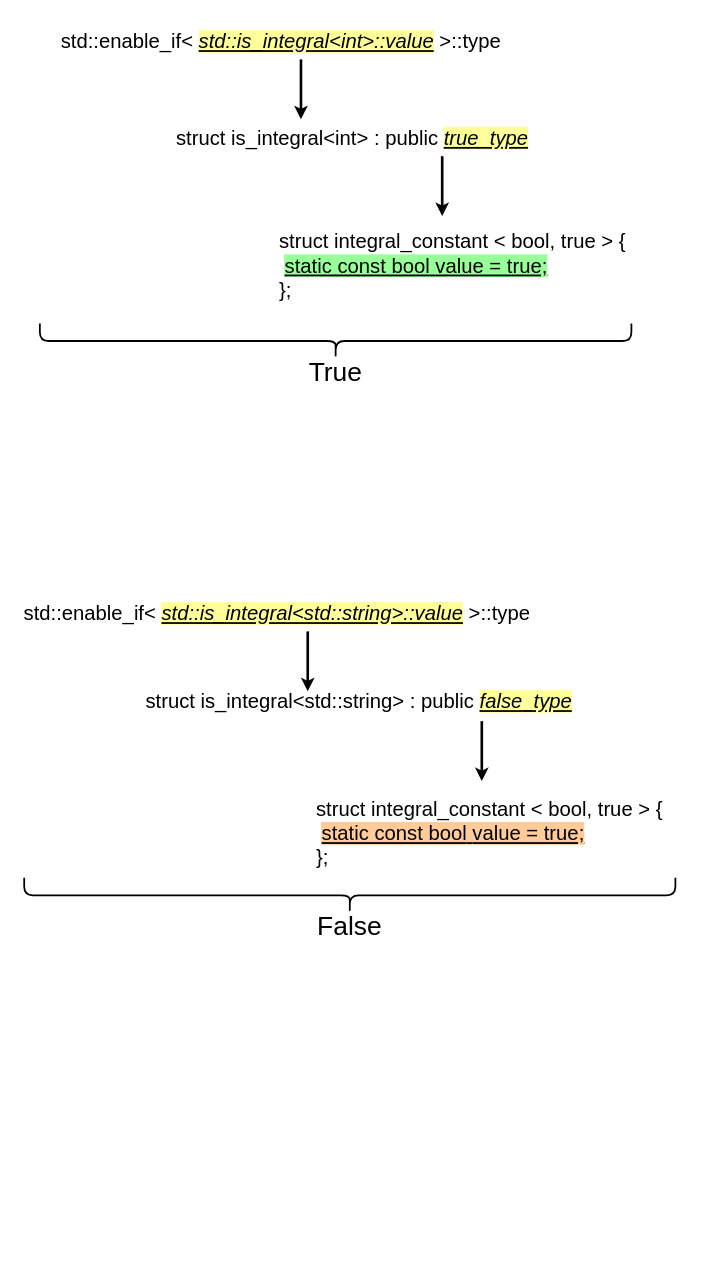
khk811/ft_containers keeps this draw.io diagram as page "enable_if" (13 of 13) of ft_containers.drawio. Above is the earlier version. Source tidied: cells renumbered, new cells numbered last; positions are measured from the earlier drawing's top-left corner, leaving out a move shared by most shapes. Both pictures are drawn from the tidied source at 88%, with x=0, y=0 at pixel (15, 15).
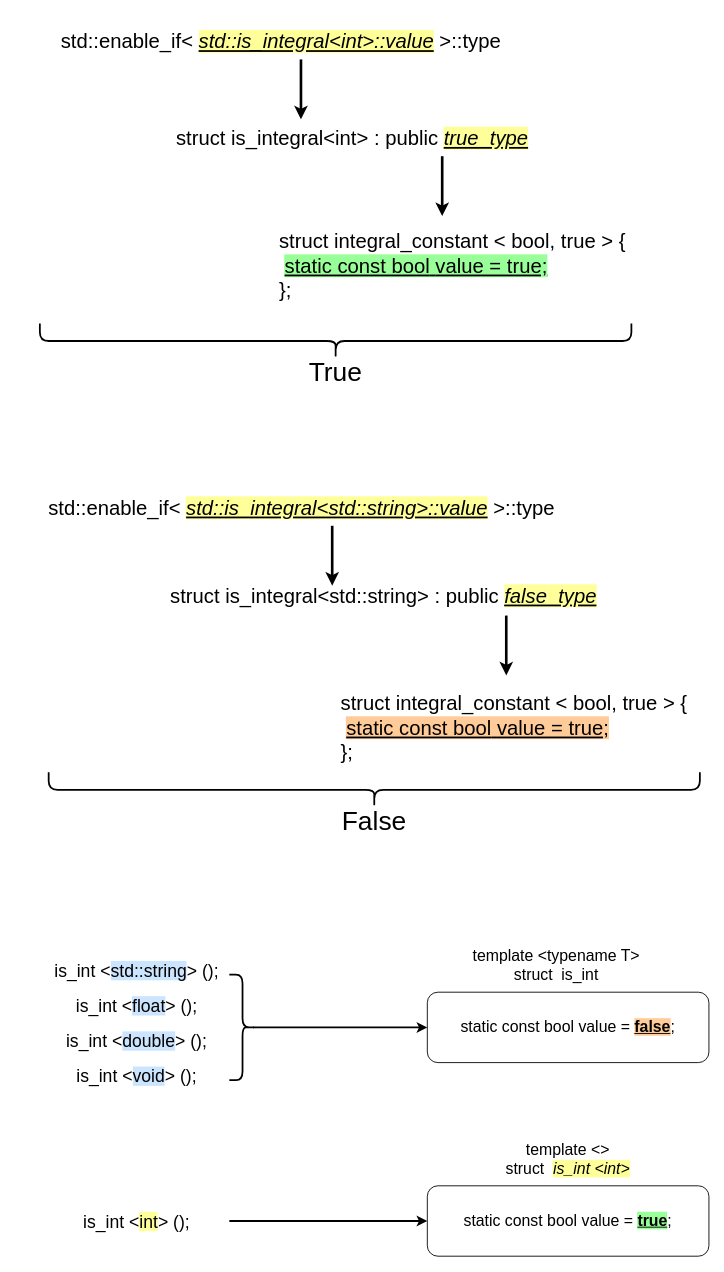
After the change.

The edit, as a diff of the source:
```diff
@@
     <mxCell id="5" value="std::enable_if&amp;lt; &lt;u style=&quot;font-size: 23px;&quot;&gt;&lt;i style=&quot;background-color: rgb(255, 255, 153); font-size: 23px;&quot;&gt;std::is_integral&amp;lt;std::string&amp;gt;::value&lt;/i&gt;&lt;/u&gt; &amp;gt;::type" style="text;strokeColor=none;align=center;fillColor=none;html=1;verticalAlign=middle;whiteSpace=wrap;rounded=0;fontSize=23;" parent="1" vertex="1">
-      <mxGeometry y="650" width="594.5" height="60" as="geometry" />
+      <mxGeometry x="27.8" y="530" width="594.5" height="60" as="geometry" />
     </mxCell>
     <mxCell id="6" value="struct is_integral&amp;lt;std::string&amp;gt; : public &lt;span style=&quot;background-color: rgb(255, 255, 153); font-size: 23px;&quot;&gt;&lt;i style=&quot;font-size: 23px;&quot;&gt;&lt;u style=&quot;font-size: 23px;&quot;&gt;false&lt;/u&gt;&lt;/i&gt;&lt;/span&gt;&lt;u style=&quot;font-size: 23px;&quot;&gt;&lt;i style=&quot;background-color: rgb(255, 255, 153); font-size: 23px;&quot;&gt;_type&lt;/i&gt;&lt;/u&gt;" style="text;strokeColor=none;align=center;fillColor=none;html=1;verticalAlign=middle;whiteSpace=wrap;rounded=0;fontSize=23;" parent="1" vertex="1">
-      <mxGeometry x="147" y="750" width="486.8" height="60" as="geometry" />
+      <mxGeometry x="174.8" y="630" width="486.8" height="60" as="geometry" />
     </mxCell>
     <mxCell id="7" value="struct integral_constant &amp;lt; bool, true &amp;gt; {&lt;br style=&quot;font-size: 23px;&quot;&gt;&lt;span style=&quot;white-space: pre; font-size: 23px;&quot;&gt; &lt;/span&gt;&lt;u style=&quot;background-color: rgb(255, 204, 153); font-size: 23px;&quot;&gt;static const bool&lt;span style=&quot;white-space: pre; font-size: 23px;&quot;&gt; &lt;/span&gt;value = true;&lt;/u&gt;&lt;br style=&quot;font-size: 23px;&quot;&gt;&lt;div style=&quot;font-size: 23px;&quot;&gt;&lt;span style=&quot;background-color: initial; font-size: 23px;&quot;&gt;};&lt;/span&gt;&lt;/div&gt;" style="text;strokeColor=none;align=left;fillColor=none;html=1;verticalAlign=middle;whiteSpace=wrap;rounded=0;fontSize=23;" parent="1" vertex="1">
-      <mxGeometry x="340" y="870" width="410" height="120" as="geometry" />
+      <mxGeometry x="367.8" y="750" width="410" height="120" as="geometry" />
     </mxCell>
@@
     <mxCell id="10" style="endArrow=classic;html=1;rounded=0;strokeWidth=3;fontSize=23;" parent="1" edge="1">
       <mxGeometry relative="1" as="geometry">
-        <mxPoint x="332.2" y="700" as="sourcePoint" />
-        <mxPoint x="332.2" y="768" as="targetPoint" />
+        <mxPoint x="360" y="580" as="sourcePoint" />
+        <mxPoint x="360" y="648" as="targetPoint" />
       </mxGeometry>
     </mxCell>
     <mxCell id="11" style="endArrow=classic;html=1;rounded=0;strokeWidth=3;fontSize=23;" parent="1" edge="1">
       <mxGeometry relative="1" as="geometry">
-        <mxPoint x="530" y="802" as="sourcePoint" />
-        <mxPoint x="530" y="870" as="targetPoint" />
+        <mxPoint x="557.8" y="682" as="sourcePoint" />
+        <mxPoint x="557.8" y="750" as="targetPoint" />
       </mxGeometry>
     </mxCell>
@@
     <mxCell id="14" style="shape=curlyBracket;whiteSpace=wrap;html=1;rounded=1;flipH=1;labelPosition=right;verticalLabelPosition=middle;align=left;verticalAlign=middle;direction=north;strokeWidth=2;" parent="1" vertex="1">
-      <mxGeometry x="10" y="980" width="740" height="40" as="geometry" />
+      <mxGeometry x="37.8" y="860" width="740" height="40" as="geometry" />
     </mxCell>
     <mxCell id="15" value="False" style="text;strokeColor=none;align=center;fillColor=none;html=1;verticalAlign=middle;whiteSpace=wrap;rounded=0;fontSize=30;" parent="1" vertex="1">
-      <mxGeometry x="350" y="1020" width="60" height="30" as="geometry" />
+      <mxGeometry x="377.8" y="900" width="60" height="30" as="geometry" />
     </mxCell>
+    <mxCell id="16" value="template &amp;lt;typename T&amp;gt;&lt;br style=&quot;font-size: 18px;&quot;&gt;&lt;div style=&quot;text-align: center; font-size: 18px;&quot;&gt;&lt;span style=&quot;background-color: initial; font-size: 18px;&quot;&gt;struct&amp;nbsp;&amp;nbsp;&lt;/span&gt;&lt;span style=&quot;background-color: initial; font-size: 18px;&quot;&gt;is_int&lt;/span&gt;&lt;/div&gt;" style="text;strokeColor=none;align=left;fillColor=none;html=1;verticalAlign=middle;whiteSpace=wrap;rounded=0;fontSize=18;" parent="1" vertex="1">
+      <mxGeometry x="518.1" y="1040" width="220" height="80" as="geometry" />
+    </mxCell>
+    <mxCell id="17" value="&lt;font style=&quot;font-size: 18px;&quot;&gt;static const bool&lt;span style=&quot;border-color: var(--border-color); text-align: left; font-size: 18px;&quot;&gt; &lt;/span&gt;&lt;span style=&quot;text-align: left; font-size: 18px;&quot;&gt;value = &lt;span style=&quot;background-color: rgb(255, 204, 153);&quot;&gt;&lt;b&gt;&lt;u&gt;false&lt;/u&gt;&lt;/b&gt;&lt;/span&gt;;&lt;/span&gt;&lt;br style=&quot;font-size: 18px;&quot;&gt;&lt;/font&gt;" style="whiteSpace=wrap;html=1;rounded=1;fontSize=18;" parent="1" vertex="1">
+      <mxGeometry x="468.1" y="1110" width="320" height="80" as="geometry" />
+    </mxCell>
+    <mxCell id="18" value="&lt;div style=&quot;&quot;&gt;&lt;span style=&quot;background-color: initial;&quot;&gt;template &amp;lt;&amp;gt;&lt;/span&gt;&lt;/div&gt;&lt;div style=&quot;font-size: 18px;&quot;&gt;&lt;span style=&quot;background-color: initial; font-size: 18px;&quot;&gt;struct&amp;nbsp;&amp;nbsp;&lt;/span&gt;&lt;span style=&quot;font-size: 18px; background-color: rgb(255, 255, 153);&quot;&gt;&lt;i style=&quot;&quot;&gt;is_int &amp;lt;int&amp;gt;&lt;/i&gt;&lt;/span&gt;&lt;/div&gt;" style="text;strokeColor=none;align=center;fillColor=none;html=1;verticalAlign=middle;whiteSpace=wrap;rounded=0;fontSize=18;" parent="1" vertex="1">
+      <mxGeometry x="518.1" y="1260" width="220" height="80" as="geometry" />
+    </mxCell>
+    <mxCell id="19" value="&lt;font style=&quot;font-size: 18px;&quot;&gt;static const bool&lt;span style=&quot;border-color: var(--border-color); text-align: left; font-size: 18px;&quot;&gt; &lt;/span&gt;&lt;span style=&quot;text-align: left; font-size: 18px;&quot;&gt;value = &lt;b&gt;&lt;u style=&quot;background-color: rgb(153, 255, 153);&quot;&gt;true&lt;/u&gt;&lt;/b&gt;;&lt;/span&gt;&lt;br style=&quot;font-size: 18px;&quot;&gt;&lt;/font&gt;" style="whiteSpace=wrap;html=1;rounded=1;fontSize=18;" parent="1" vertex="1">
+      <mxGeometry x="468.1" y="1330" width="320" height="80" as="geometry" />
+    </mxCell>
+    <mxCell id="20" value="is_int &amp;lt;&lt;span style=&quot;background-color: rgb(204, 229, 255);&quot;&gt;std::string&lt;/span&gt;&amp;gt; ();" style="text;strokeColor=none;align=center;fillColor=none;html=1;verticalAlign=middle;whiteSpace=wrap;rounded=0;fontSize=20;" parent="1" vertex="1">
+      <mxGeometry x="33.1" y="1070" width="210" height="30" as="geometry" />
+    </mxCell>
+    <mxCell id="21" value="is_int &amp;lt;&lt;span style=&quot;background-color: rgb(204, 229, 255);&quot;&gt;float&lt;/span&gt;&amp;gt; ();" style="text;strokeColor=none;align=center;fillColor=none;html=1;verticalAlign=middle;whiteSpace=wrap;rounded=0;fontSize=20;" parent="1" vertex="1">
+      <mxGeometry x="33.1" y="1110" width="210" height="30" as="geometry" />
+    </mxCell>
+    <mxCell id="22" value="is_int &amp;lt;&lt;span style=&quot;background-color: rgb(204, 229, 255);&quot;&gt;double&lt;/span&gt;&amp;gt; ();" style="text;strokeColor=none;align=center;fillColor=none;html=1;verticalAlign=middle;whiteSpace=wrap;rounded=0;fontSize=20;" parent="1" vertex="1">
+      <mxGeometry x="33.1" y="1150" width="210" height="30" as="geometry" />
+    </mxCell>
+    <mxCell id="23" value="is_int &amp;lt;&lt;span style=&quot;background-color: rgb(204, 229, 255);&quot;&gt;void&lt;/span&gt;&amp;gt; ();" style="text;strokeColor=none;align=center;fillColor=none;html=1;verticalAlign=middle;whiteSpace=wrap;rounded=0;fontSize=20;" parent="1" vertex="1">
+      <mxGeometry x="33.1" y="1190" width="210" height="30" as="geometry" />
+    </mxCell>
+    <mxCell id="24" style="edgeStyle=orthogonalEdgeStyle;rounded=0;jettySize=auto;html=1;entryX=0;entryY=0.5;entryDx=0;entryDy=0;strokeWidth=2;" parent="1" edge="1" source="25" target="19">
+      <mxGeometry relative="1" as="geometry" />
+    </mxCell>
+    <mxCell id="25" value="is_int &amp;lt;&lt;span style=&quot;background-color: rgb(255, 255, 153);&quot;&gt;int&lt;/span&gt;&amp;gt; ();" style="text;strokeColor=none;align=center;fillColor=none;html=1;verticalAlign=middle;whiteSpace=wrap;rounded=0;fontSize=20;" parent="1" vertex="1">
+      <mxGeometry x="33.1" y="1355" width="210" height="30" as="geometry" />
+    </mxCell>
+    <mxCell id="26" style="edgeStyle=orthogonalEdgeStyle;rounded=0;jettySize=auto;html=1;exitX=0.1;exitY=0.5;exitDx=0;exitDy=0;exitPerimeter=0;strokeWidth=2;" parent="1" edge="1" source="27" target="17">
+      <mxGeometry relative="1" as="geometry" />
+    </mxCell>
+    <mxCell id="27" style="shape=curlyBracket;whiteSpace=wrap;html=1;rounded=1;flipH=1;labelPosition=right;verticalLabelPosition=middle;align=left;verticalAlign=middle;strokeWidth=2;" parent="1" vertex="1">
+      <mxGeometry x="243.1" y="1090" width="30" height="120" as="geometry" />
+    </mxCell>
```
